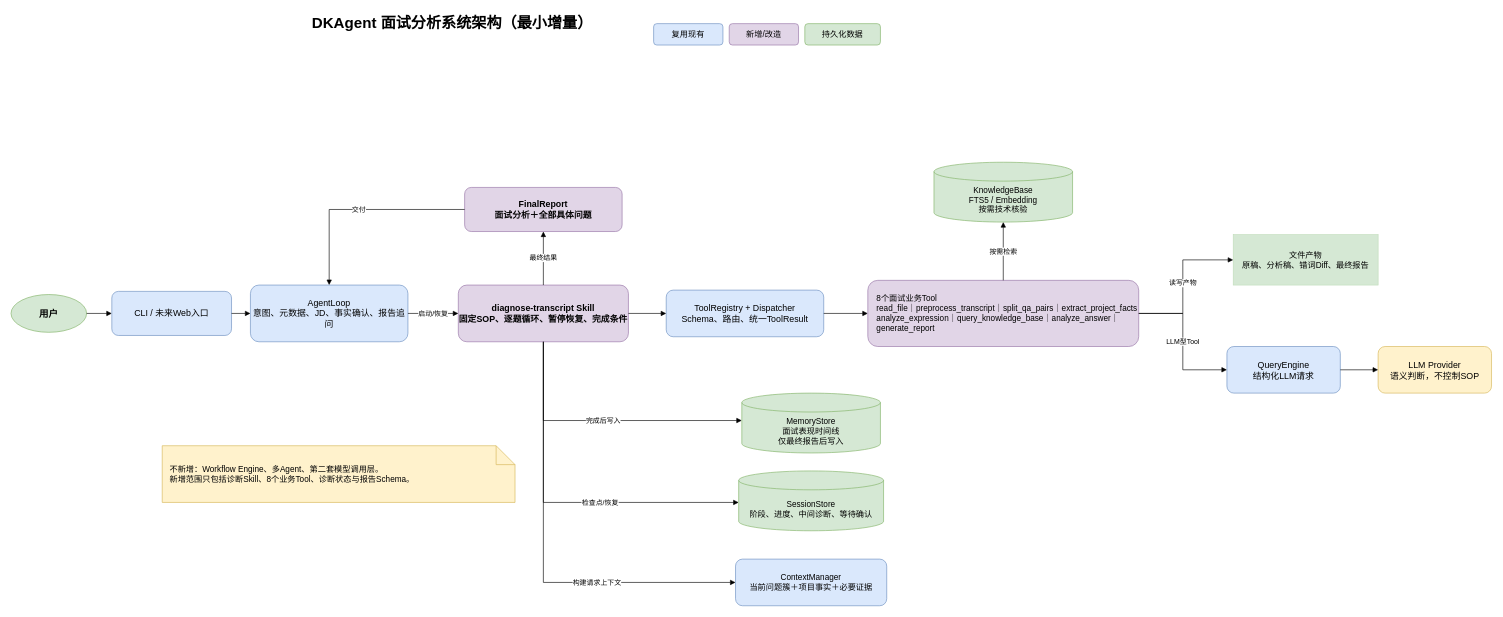
The draw.io diagram desginDocs/04-system-architecture.drawio in xxk156277/DKAgent, before the edit. Source tidied: cells renumbered, new cells numbered last; positions are measured from the earlier drawing's top-left corner, leaving out a move shared by most shapes. Both pictures are drawn from the tidied source at 63%, with x=0, y=0 at pixel (11, 11).
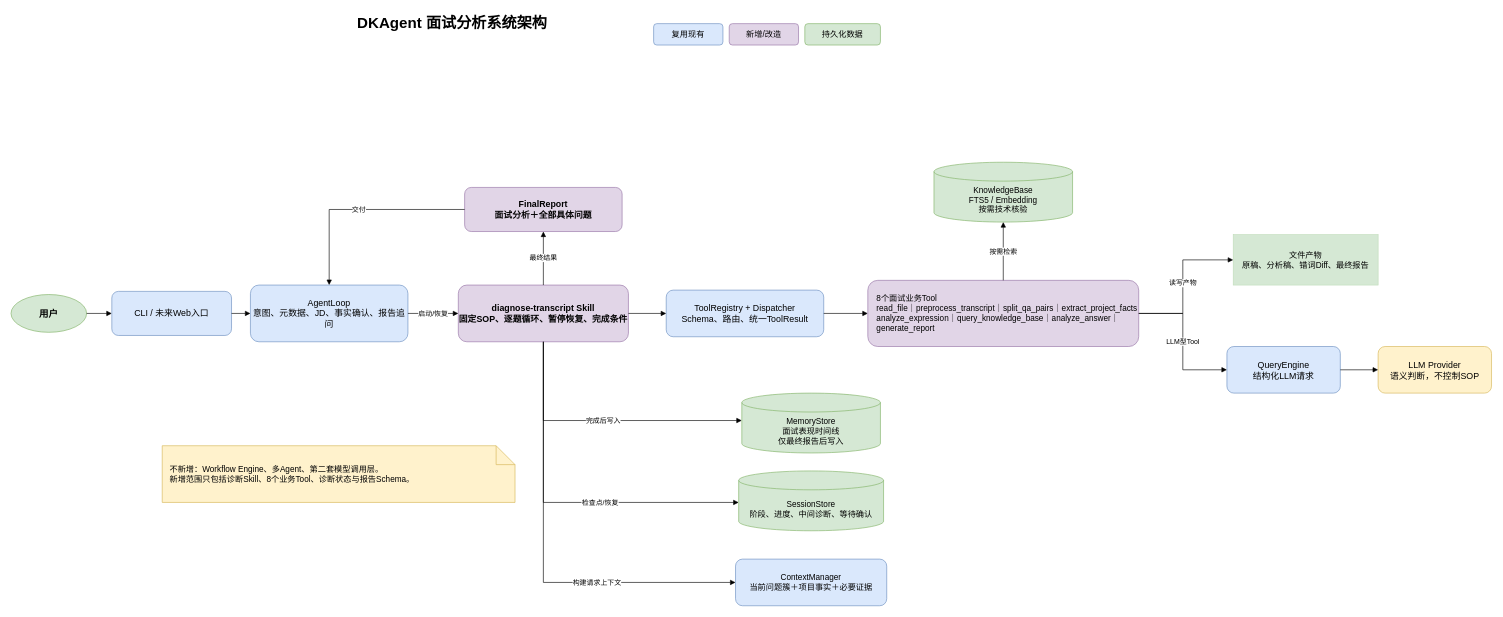
The same diagram, later.

What changed in the source:
```diff
@@
-    <mxCell id="2" value="DKAgent 面试分析系统架构（最小增量）" style="text;html=1;fontSize=24;fontStyle=1;align=center;verticalAlign=middle;" parent="1" vertex="1">
+    <mxCell id="2" value="DKAgent 面试分析系统架构" style="text;html=1;fontSize=24;fontStyle=1;align=center;verticalAlign=middle;" parent="1" vertex="1">
       <mxGeometry x="370" width="660" height="40" as="geometry" />
     </mxCell>
```
